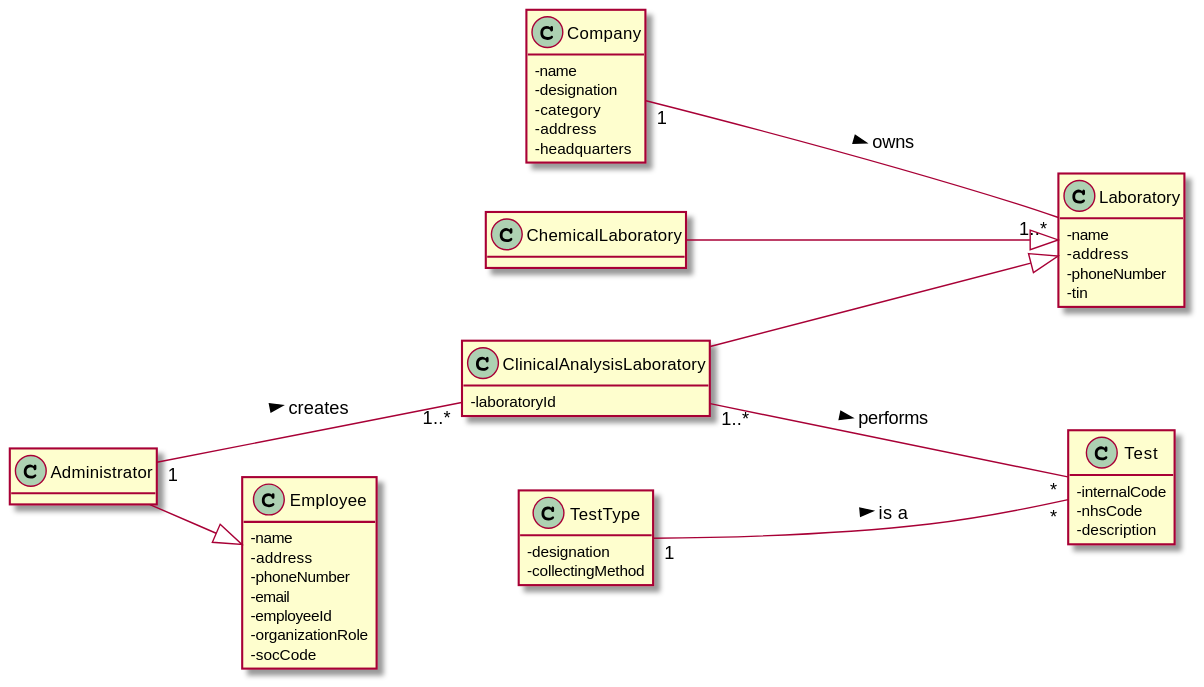
manu-07-ela/LAPR2_ISEP keeps this PlantUML diagram as docs/SprintB/US08/US08_MD.svg. Above is the earlier version.
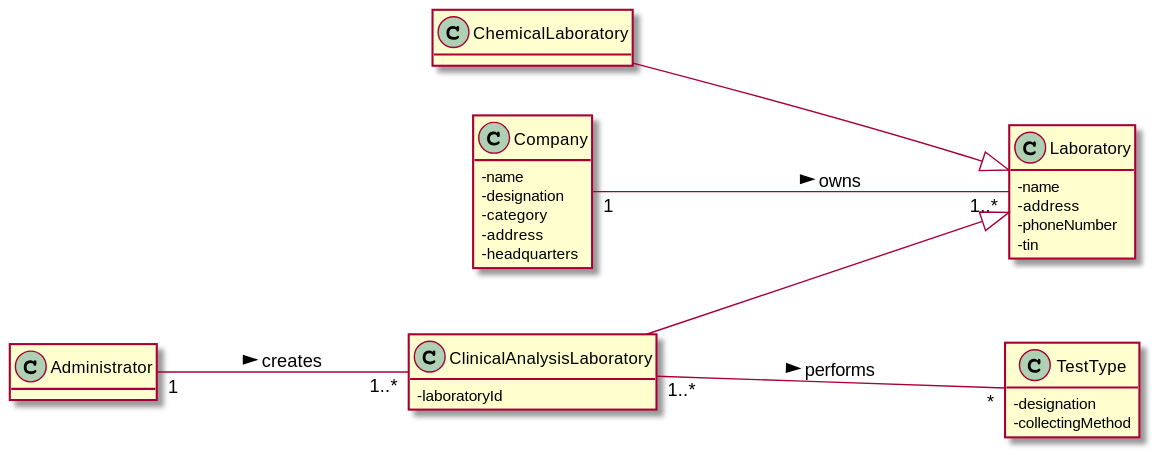
Later version of the same file.

What changed in the source:
```diff
@@ -4,11 +4,6 @@
 skinparam classAttributeIconSize 0
 
 
-class Test{
--internalCode
--nhsCode
--description
-}
 
 class Company{
 -name
@@ -29,16 +24,6 @@
   -laboratoryId
 }
 
-class Employee {
-  -name
-  -address
-  -phoneNumber
-  -email
-  -employeeId
-  -organizationRole
-  -socCode
-}
-
 class TestType{
 -designation
 -collectingMethod
@@ -54,10 +39,8 @@
 
 Company "1"---- "1..*" Laboratory : owns >
 ClinicalAnalysisLaboratory ----|> Laboratory
-ClinicalAnalysisLaboratory "1..*"----"*" Test : performs >
-TestType "1"----"*" Test : is a >
+ClinicalAnalysisLaboratory "1..*"----"*" TestType : performs >
 Administrator "1"---"1..*"ClinicalAnalysisLaboratory : creates >
-Administrator --|> Employee
 ChemicalLaboratory ----|> Laboratory
 
 
```
